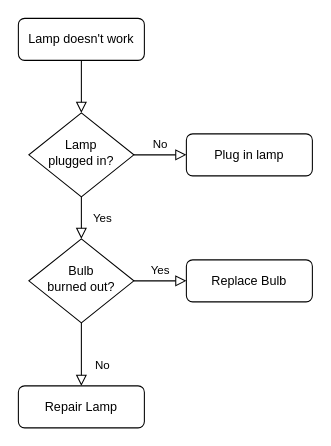
Above: Untitled Diagram.drawio in longkx/drawio (draw.io), before the change. Source tidied: cells renumbered, new cells numbered last; positions are measured from the earlier drawing's top-left corner, leaving out a move shared by most shapes. Both pictures are drawn from the tidied source at 105%, with x=0, y=0 at pixel (18, 18).
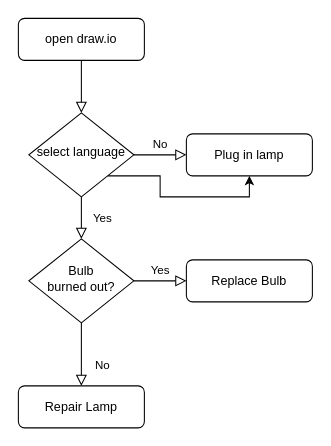
After the change.

What changed in the source:
```diff
@@
 <mxGraphModel>
   <root>
     <mxCell id="0" />
     <mxCell id="1" parent="0" />
     <mxCell id="2" style="rounded=0;html=1;jettySize=auto;fontSize=11;endArrow=block;endFill=0;endSize=8;strokeWidth=1;shadow=0;labelBackgroundColor=none;edgeStyle=orthogonalEdgeStyle;" parent="1" edge="1" source="3" target="6">
       <mxGeometry relative="1" as="geometry" />
     </mxCell>
-    <mxCell id="3" value="Lamp doesn't work" style="rounded=1;whiteSpace=wrap;html=1;fontSize=12;glass=0;strokeWidth=1;shadow=0;" parent="1" vertex="1">
+    <mxCell id="3" value="open draw.io" style="rounded=1;whiteSpace=wrap;html=1;fontSize=12;glass=0;strokeWidth=1;shadow=0;" parent="1" vertex="1">
       <mxGeometry width="120" height="40" as="geometry" />
     </mxCell>
     <mxCell id="4" value="Yes" style="rounded=0;html=1;jettySize=auto;fontSize=11;endArrow=block;endFill=0;endSize=8;strokeWidth=1;shadow=0;labelBackgroundColor=none;edgeStyle=orthogonalEdgeStyle;" parent="1" edge="1" source="6" target="10">
       <mxGeometry y="20" relative="1" as="geometry" />
     </mxCell>
     <mxCell id="5" value="No" style="edgeStyle=orthogonalEdgeStyle;rounded=0;html=1;jettySize=auto;fontSize=11;endArrow=block;endFill=0;endSize=8;strokeWidth=1;shadow=0;labelBackgroundColor=none;" parent="1" edge="1" source="6" target="7">
       <mxGeometry y="10" relative="1" as="geometry" />
     </mxCell>
+    <mxCell id="13" style="edgeStyle=orthogonalEdgeStyle;rounded=0;jettySize=auto;html=1;exitX=1;exitY=1;exitDx=0;exitDy=0;entryX=0.5;entryY=1;entryDx=0;entryDy=0;" parent="1" edge="1" source="6" target="7">
+      <mxGeometry relative="1" as="geometry" />
+    </mxCell>
-    <mxCell id="6" value="Lamp&lt;br&gt;plugged in?" style="rhombus;whiteSpace=wrap;html=1;shadow=0;fontFamily=Helvetica;fontSize=12;align=center;strokeWidth=1;spacing=6;spacingTop=-4;" parent="1" vertex="1">
+    <mxCell id="6" value="select language" style="rhombus;whiteSpace=wrap;html=1;shadow=0;fontFamily=Helvetica;fontSize=12;align=center;strokeWidth=1;spacing=6;spacingTop=-4;" parent="1" vertex="1">
       <mxGeometry x="10" y="90" width="100" height="80" as="geometry" />
     </mxCell>
     <mxCell id="7" value="Plug in lamp" style="rounded=1;whiteSpace=wrap;html=1;fontSize=12;glass=0;strokeWidth=1;shadow=0;" parent="1" vertex="1">
       <mxGeometry x="160" y="110" width="120" height="40" as="geometry" />
     </mxCell>
     <mxCell id="8" value="No" style="rounded=0;html=1;jettySize=auto;fontSize=11;endArrow=block;endFill=0;endSize=8;strokeWidth=1;shadow=0;labelBackgroundColor=none;edgeStyle=orthogonalEdgeStyle;" parent="1" edge="1" source="10" target="11">
       <mxGeometry x="0.33" y="20" relative="1" as="geometry" />
     </mxCell>
     <mxCell id="9" value="Yes" style="edgeStyle=orthogonalEdgeStyle;rounded=0;html=1;jettySize=auto;fontSize=11;endArrow=block;endFill=0;endSize=8;strokeWidth=1;shadow=0;labelBackgroundColor=none;" parent="1" edge="1" source="10" target="12">
       <mxGeometry y="10" relative="1" as="geometry" />
     </mxCell>
     <mxCell id="10" value="Bulb&lt;br&gt;burned out?" style="rhombus;whiteSpace=wrap;html=1;shadow=0;fontFamily=Helvetica;fontSize=12;align=center;strokeWidth=1;spacing=6;spacingTop=-4;" parent="1" vertex="1">
       <mxGeometry x="10" y="210" width="100" height="80" as="geometry" />
     </mxCell>
     <mxCell id="11" value="Repair Lamp" style="rounded=1;whiteSpace=wrap;html=1;fontSize=12;glass=0;strokeWidth=1;shadow=0;" parent="1" vertex="1">
       <mxGeometry y="350" width="120" height="40" as="geometry" />
     </mxCell>
     <mxCell id="12" value="Replace Bulb" style="rounded=1;whiteSpace=wrap;html=1;fontSize=12;glass=0;strokeWidth=1;shadow=0;" parent="1" vertex="1">
       <mxGeometry x="160" y="230" width="120" height="40" as="geometry" />
     </mxCell>
   </root>
 </mxGraphModel>
```
